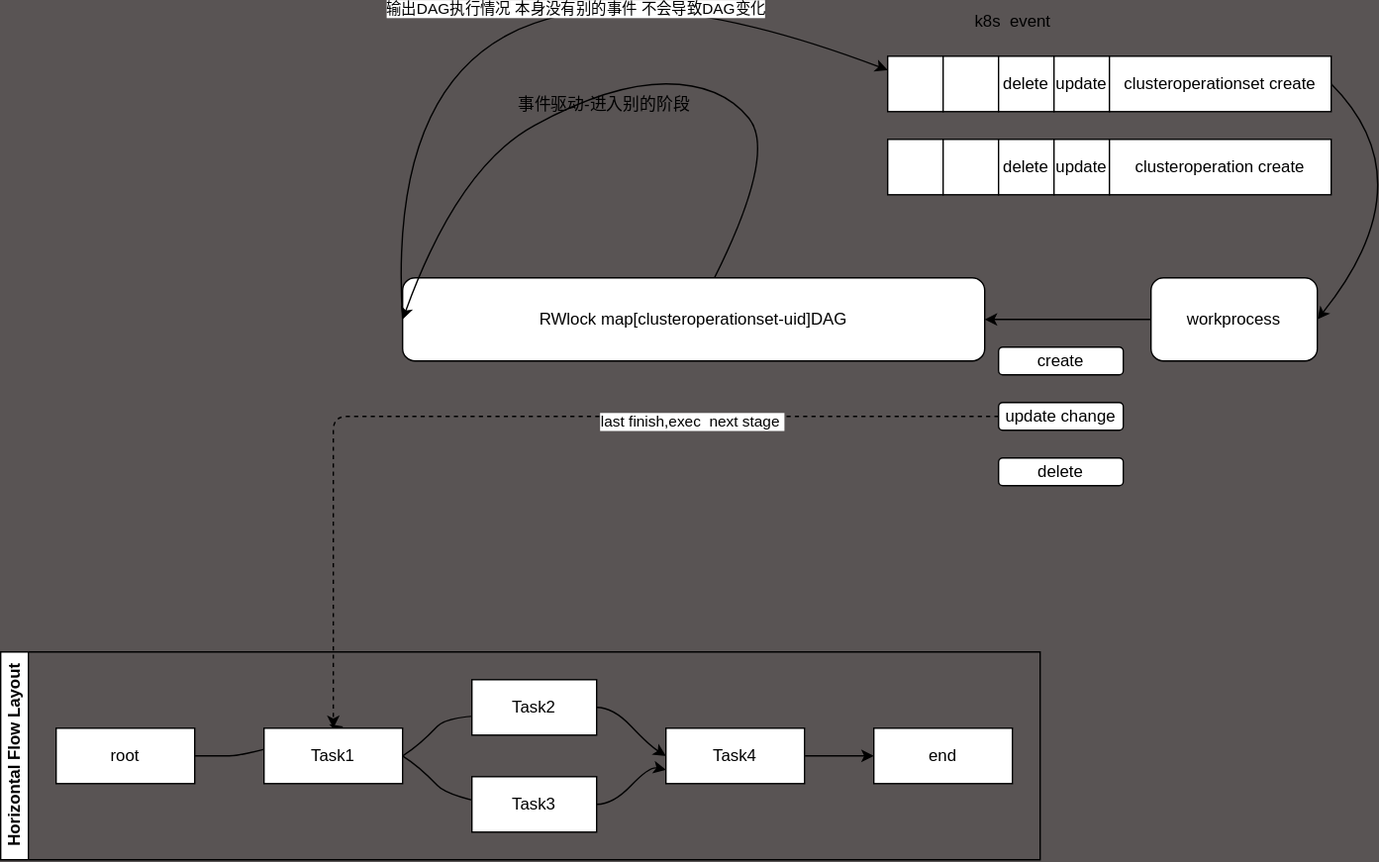
Before: clusteroperationset.svg, a diagram exported from draw.io (Goend/booksite). Source tidied: cells renumbered, new cells last; positions are measured from the earlier drawing's top-left corner, leaving out a move shared by most shapes. The source it was exported from:
```xml
<mxGraphModel background="#595454">
  <root>
    <mxCell id="0" />
    <mxCell id="1" parent="0" />
    <mxCell id="2" style="rounded=0;whiteSpace=wrap;html=1;" parent="1" vertex="1">
      <mxGeometry x="640" y="130" width="40" height="40" as="geometry" />
    </mxCell>
    <mxCell id="3" style="rounded=0;whiteSpace=wrap;html=1;" parent="1" vertex="1">
      <mxGeometry x="680" y="130" width="40" height="40" as="geometry" />
    </mxCell>
    <mxCell id="4" value="delete" style="rounded=0;whiteSpace=wrap;html=1;" parent="1" vertex="1">
      <mxGeometry x="720" y="130" width="40" height="40" as="geometry" />
    </mxCell>
    <mxCell id="5" value="update" style="rounded=0;whiteSpace=wrap;html=1;" parent="1" vertex="1">
      <mxGeometry x="760" y="130" width="40" height="40" as="geometry" />
    </mxCell>
    <mxCell id="6" style="edgeStyle=none;html=1;exitX=1;exitY=0.5;exitDx=0;exitDy=0;curved=1;entryX=1;entryY=0.5;entryDx=0;entryDy=0;" parent="1" edge="1" source="7" target="13">
      <mxGeometry relative="1" as="geometry">
        <Array as="points">
          <mxPoint x="1030" y="220" />
        </Array>
      </mxGeometry>
    </mxCell>
    <mxCell id="7" value="clusteroperationset create" style="rounded=0;whiteSpace=wrap;html=1;" parent="1" vertex="1">
      <mxGeometry x="800" y="130" width="160" height="40" as="geometry" />
    </mxCell>
    <mxCell id="8" value="k8s&amp;nbsp; event" style="text;html=1;align=center;verticalAlign=middle;strokeColor=none;fillColor=none;" parent="1" vertex="1">
      <mxGeometry x="690" y="90" width="80" height="30" as="geometry" />
    </mxCell>
    <mxCell id="9" style="edgeStyle=none;curved=1;html=1;exitX=0;exitY=0.5;exitDx=0;exitDy=0;entryX=0;entryY=0.25;entryDx=0;entryDy=0;" parent="1" edge="1" source="11" target="2">
      <mxGeometry relative="1" as="geometry">
        <Array as="points">
          <mxPoint x="270" />
        </Array>
      </mxGeometry>
    </mxCell>
    <mxCell id="10" value="输出DAG执行情况 本身没有别的事件 不会导致DAG变化" style="edgeLabel;html=1;align=center;verticalAlign=middle;" parent="9" vertex="1">
      <mxGeometry x="0.37" y="-38" relative="1" as="geometry" />
    </mxCell>
    <mxCell id="11" value="RWlock map[clusteroperationset-uid]DAG" style="rounded=1;whiteSpace=wrap;html=1;" parent="1" vertex="1">
      <mxGeometry x="290" y="290" width="420" height="60" as="geometry" />
    </mxCell>
    <mxCell id="12" style="edgeStyle=none;curved=1;html=1;exitX=0;exitY=0.5;exitDx=0;exitDy=0;entryX=1;entryY=0.5;entryDx=0;entryDy=0;" parent="1" edge="1" source="13" target="11">
      <mxGeometry relative="1" as="geometry" />
    </mxCell>
    <mxCell id="13" value="workprocess" style="rounded=1;whiteSpace=wrap;html=1;" parent="1" vertex="1">
      <mxGeometry x="830" y="290" width="120" height="60" as="geometry" />
    </mxCell>
    <mxCell id="14" style="rounded=0;whiteSpace=wrap;html=1;" parent="1" vertex="1">
      <mxGeometry x="640" y="190" width="40" height="40" as="geometry" />
    </mxCell>
    <mxCell id="15" style="rounded=0;whiteSpace=wrap;html=1;" parent="1" vertex="1">
      <mxGeometry x="680" y="190" width="40" height="40" as="geometry" />
    </mxCell>
    <mxCell id="16" value="delete" style="rounded=0;whiteSpace=wrap;html=1;" parent="1" vertex="1">
      <mxGeometry x="720" y="190" width="40" height="40" as="geometry" />
    </mxCell>
    <mxCell id="17" value="update" style="rounded=0;whiteSpace=wrap;html=1;" parent="1" vertex="1">
      <mxGeometry x="760" y="190" width="40" height="40" as="geometry" />
    </mxCell>
    <mxCell id="18" value="clusteroperation create" style="rounded=0;whiteSpace=wrap;html=1;" parent="1" vertex="1">
      <mxGeometry x="800" y="190" width="160" height="40" as="geometry" />
    </mxCell>
    <mxCell id="19" style="edgeStyle=none;curved=1;html=1;entryX=0;entryY=0.5;entryDx=0;entryDy=0;" parent="1" edge="1" source="11" target="11">
      <mxGeometry relative="1" as="geometry">
        <Array as="points">
          <mxPoint x="560" y="200" />
          <mxPoint x="520" y="150" />
          <mxPoint x="440" y="150" />
          <mxPoint x="330" y="210" />
        </Array>
      </mxGeometry>
    </mxCell>
    <mxCell id="20" value="事件驱动-进入别的阶段" style="text;html=1;align=center;verticalAlign=middle;strokeColor=none;fillColor=none;" parent="1" vertex="1">
      <mxGeometry x="360" y="150" width="150" height="30" as="geometry" />
    </mxCell>
    <mxCell id="21" style="edgeStyle=none;rounded=1;html=1;exitX=0;exitY=0.5;exitDx=0;exitDy=0;entryX=0.5;entryY=0;entryDx=0;entryDy=0;dashed=1;" parent="1" edge="1" source="23" target="31">
      <mxGeometry relative="1" as="geometry">
        <Array as="points">
          <mxPoint x="240" y="390" />
        </Array>
      </mxGeometry>
    </mxCell>
    <mxCell id="22" value="last finish,exec&amp;nbsp; next stage&amp;nbsp;" style="edgeLabel;html=1;align=center;verticalAlign=middle;" parent="21" vertex="1">
      <mxGeometry x="-0.37" y="3" relative="1" as="geometry">
        <mxPoint x="2" as="offset" />
      </mxGeometry>
    </mxCell>
    <mxCell id="23" value="update change" style="rounded=1;whiteSpace=wrap;html=1;" parent="1" vertex="1">
      <mxGeometry x="720" y="380" width="90" height="20" as="geometry" />
    </mxCell>
    <mxCell id="24" value="create" style="rounded=1;whiteSpace=wrap;html=1;" parent="1" vertex="1">
      <mxGeometry x="720" y="340" width="90" height="20" as="geometry" />
    </mxCell>
    <mxCell id="25" value="delete" style="rounded=1;whiteSpace=wrap;html=1;" parent="1" vertex="1">
      <mxGeometry x="720" y="420" width="90" height="20" as="geometry" />
    </mxCell>
    <mxCell id="26" value="Horizontal Flow Layout" style="swimlane;html=1;startSize=20;horizontal=0;flowOrientation=west;interRankCellSpacing=50;containerType=tree;fontSize=12;" parent="1" vertex="1">
      <mxGeometry y="560" width="750" height="150" as="geometry" />
    </mxCell>
    <mxCell id="27" style="edgeStyle=none;curved=1;html=1;exitX=1;exitY=0.5;exitDx=0;exitDy=0;entryX=0.571;entryY=-0.032;entryDx=0;entryDy=0;entryPerimeter=0;noEdgeStyle=1;orthogonal=1;" parent="26" edge="1" source="28" target="31">
      <mxGeometry relative="1" as="geometry">
        <Array as="points">
          <mxPoint x="152" y="75" />
          <mxPoint x="178" y="75" />
        </Array>
      </mxGeometry>
    </mxCell>
    <mxCell id="28" value="root" style="whiteSpace=wrap;html=1;" parent="26" vertex="1">
      <mxGeometry x="40" y="55" width="100" height="40" as="geometry" />
    </mxCell>
    <mxCell id="29" style="edgeStyle=none;curved=1;html=1;exitX=1;exitY=0.5;exitDx=0;exitDy=0;entryX=1;entryY=0.75;entryDx=0;entryDy=0;noEdgeStyle=1;orthogonal=1;" parent="26" edge="1" source="31" target="33">
      <mxGeometry relative="1" as="geometry">
        <Array as="points">
          <mxPoint x="302" y="67.5" />
          <mxPoint x="328" y="40" />
        </Array>
      </mxGeometry>
    </mxCell>
    <mxCell id="30" style="edgeStyle=none;curved=1;html=1;exitX=1;exitY=0.5;exitDx=0;exitDy=0;entryX=1;entryY=0.75;entryDx=0;entryDy=0;noEdgeStyle=1;orthogonal=1;" parent="26" edge="1" source="31" target="35">
      <mxGeometry relative="1" as="geometry">
        <Array as="points">
          <mxPoint x="302" y="82.5" />
          <mxPoint x="328" y="110" />
        </Array>
      </mxGeometry>
    </mxCell>
    <mxCell id="31" value="Task1" style="whiteSpace=wrap;html=1;" parent="26" vertex="1">
      <mxGeometry x="190" y="55" width="100" height="40" as="geometry" />
    </mxCell>
    <mxCell id="32" style="edgeStyle=none;curved=1;html=1;exitX=1;exitY=0.5;exitDx=0;exitDy=0;entryX=0;entryY=0.5;entryDx=0;entryDy=0;noEdgeStyle=1;orthogonal=1;" parent="26" edge="1" source="33" target="37">
      <mxGeometry relative="1" as="geometry">
        <Array as="points">
          <mxPoint x="442" y="40" />
          <mxPoint x="468" y="67.5" />
        </Array>
      </mxGeometry>
    </mxCell>
    <mxCell id="33" value="Task2" style="whiteSpace=wrap;html=1;" parent="26" vertex="1">
      <mxGeometry x="340" y="20" width="90" height="40" as="geometry" />
    </mxCell>
    <mxCell id="34" style="edgeStyle=none;curved=1;html=1;exitX=1;exitY=0.5;exitDx=0;exitDy=0;entryX=0;entryY=0.75;entryDx=0;entryDy=0;noEdgeStyle=1;orthogonal=1;" parent="26" edge="1" source="35" target="37">
      <mxGeometry relative="1" as="geometry">
        <Array as="points">
          <mxPoint x="442" y="110" />
          <mxPoint x="468" y="82.5" />
        </Array>
      </mxGeometry>
    </mxCell>
    <mxCell id="35" value="Task3" style="whiteSpace=wrap;html=1;" parent="26" vertex="1">
      <mxGeometry x="340" y="90" width="90" height="40" as="geometry" />
    </mxCell>
    <mxCell id="36" style="edgeStyle=none;curved=1;html=1;exitX=1;exitY=0.5;exitDx=0;exitDy=0;entryX=0;entryY=0.5;entryDx=0;entryDy=0;noEdgeStyle=1;orthogonal=1;" parent="26" edge="1" source="37" target="38">
      <mxGeometry relative="1" as="geometry">
        <Array as="points">
          <mxPoint x="592" y="75" />
          <mxPoint x="618" y="75" />
        </Array>
      </mxGeometry>
    </mxCell>
    <mxCell id="37" value="Task4" style="whiteSpace=wrap;html=1;" parent="26" vertex="1">
      <mxGeometry x="480" y="55" width="100" height="40" as="geometry" />
    </mxCell>
    <mxCell id="38" value="end" style="whiteSpace=wrap;html=1;" parent="26" vertex="1">
      <mxGeometry x="630" y="55" width="100" height="40" as="geometry" />
    </mxCell>
  </root>
</mxGraphModel>
```
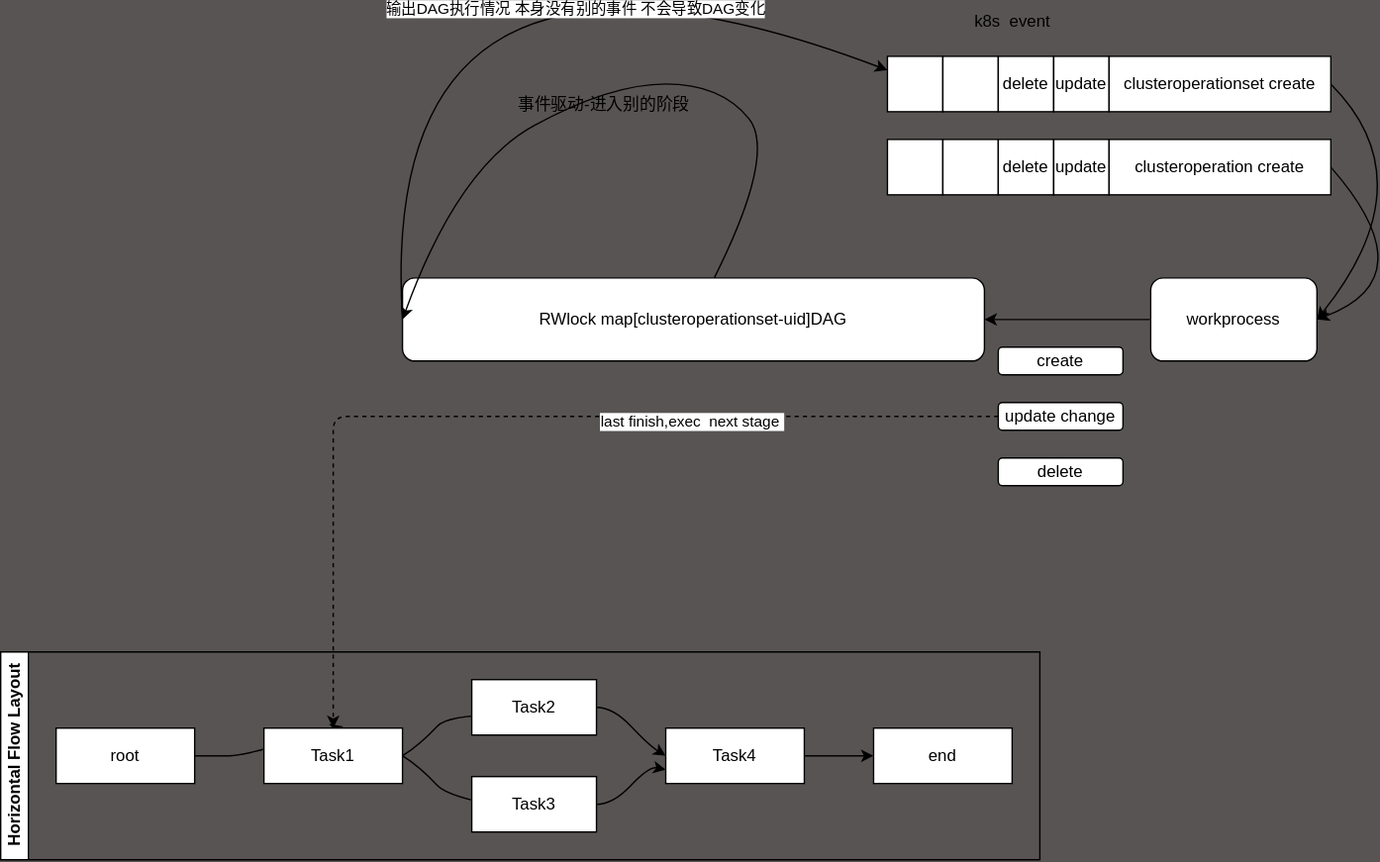
The same diagram one commit later.

Commit message:
update clusteroperation design

The edit, as a diff of the source:
```diff
@@ -58,6 +58,13 @@
     <mxCell id="17" value="update" style="rounded=0;whiteSpace=wrap;html=1;" parent="1" vertex="1">
       <mxGeometry x="760" y="190" width="40" height="40" as="geometry" />
     </mxCell>
+    <mxCell id="39" style="edgeStyle=none;curved=1;html=1;exitX=1;exitY=0.5;exitDx=0;exitDy=0;entryX=1;entryY=0.5;entryDx=0;entryDy=0;" parent="1" edge="1" source="18" target="13">
+      <mxGeometry relative="1" as="geometry">
+        <Array as="points">
+          <mxPoint x="1030" y="290" />
+        </Array>
+      </mxGeometry>
+    </mxCell>
     <mxCell id="18" value="clusteroperation create" style="rounded=0;whiteSpace=wrap;html=1;" parent="1" vertex="1">
       <mxGeometry x="800" y="190" width="160" height="40" as="geometry" />
     </mxCell>
```
